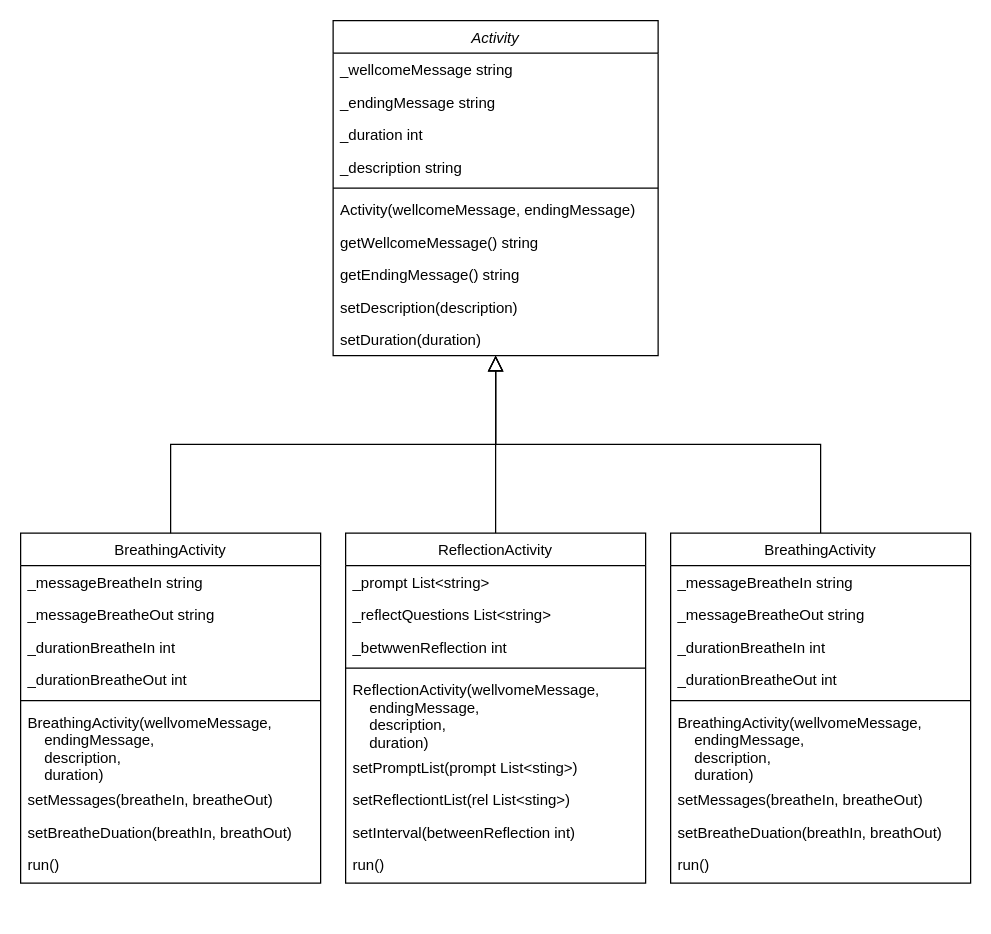
This is assets/Untitled Diagram.drawio from neorgon/cse210-hw, a draw.io file, before an edit. Source tidied: cells renumbered, new cells numbered last; positions are measured from the earlier drawing's top-left corner, leaving out a move shared by most shapes. Both pictures are drawn from the tidied source at 125%, with x=0, y=0 at pixel (20, 20).
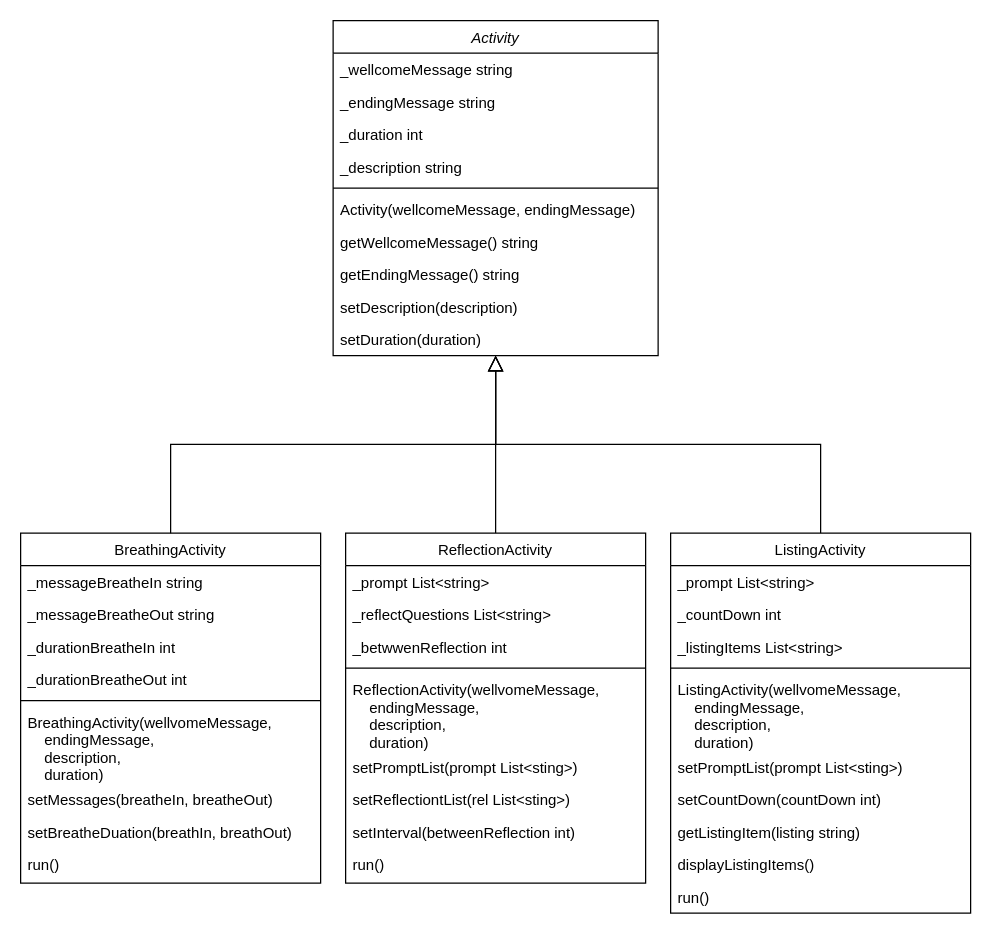
The same diagram, later.

Commit message:
Create ListingActivity class

Diff of the diagram source:
```diff
@@
-    <mxCell id="36" value="BreathingActivity" style="swimlane;fontStyle=0;align=center;verticalAlign=top;horizontal=1;startSize=26;rounded=0;shadow=0;strokeWidth=1;" parent="1" vertex="1">
-      <mxGeometry x="520" y="410" width="240" height="280" as="geometry" />
+    <mxCell id="36" value="ListingActivity" style="swimlane;fontStyle=0;align=center;verticalAlign=top;horizontal=1;startSize=26;rounded=0;shadow=0;strokeWidth=1;" parent="1" vertex="1">
+      <mxGeometry x="520" y="410" width="240" height="304" as="geometry" />
     </mxCell>
-    <mxCell id="37" value="_messageBreatheIn string" style="text;align=left;verticalAlign=top;spacingLeft=4;spacingRight=4;overflow=hidden;" parent="36" vertex="1">
+    <mxCell id="37" value="_prompt List&lt;string&gt;" style="text;align=left;verticalAlign=top;spacingLeft=4;spacingRight=4;overflow=hidden;" parent="36" vertex="1">
       <mxGeometry y="26" width="240" height="26" as="geometry" />
     </mxCell>
-    <mxCell id="38" value="_messageBreatheOut string" style="text;align=left;verticalAlign=top;spacingLeft=4;spacingRight=4;overflow=hidden;" parent="36" vertex="1">
+    <mxCell id="38" value="_countDown int" style="text;align=left;verticalAlign=top;spacingLeft=4;spacingRight=4;overflow=hidden;" parent="36" vertex="1">
       <mxGeometry y="52" width="240" height="26" as="geometry" />
     </mxCell>
-    <mxCell id="39" value="_durationBreatheIn int" style="text;align=left;verticalAlign=top;spacingLeft=4;spacingRight=4;overflow=hidden;" parent="36" vertex="1">
+    <mxCell id="39" value="_listingItems List&lt;string&gt;" style="text;align=left;verticalAlign=top;spacingLeft=4;spacingRight=4;overflow=hidden;" parent="36" vertex="1">
       <mxGeometry y="78" width="240" height="26" as="geometry" />
     </mxCell>
-    <mxCell id="40" value="_durationBreatheOut int" style="text;align=left;verticalAlign=top;spacingLeft=4;spacingRight=4;overflow=hidden;" parent="36" vertex="1">
-      <mxGeometry y="104" width="240" height="26" as="geometry" />
-    </mxCell>
     <mxCell id="41" style="line;html=1;strokeWidth=1;align=left;verticalAlign=middle;spacingTop=-1;spacingLeft=3;spacingRight=3;labelPosition=right;" parent="36" vertex="1">
-      <mxGeometry y="130" width="240" height="8" as="geometry" />
+      <mxGeometry y="104" width="240" height="8" as="geometry" />
     </mxCell>
-    <mxCell id="42" value="BreathingActivity(wellvomeMessage,&#10;    endingMessage,&#10;    description,&#10;    duration)" style="text;align=left;verticalAlign=top;spacingLeft=4;spacingRight=4;overflow=hidden;" parent="36" vertex="1">
-      <mxGeometry y="138" width="240" height="62" as="geometry" />
+    <mxCell id="42" value="ListingActivity(wellvomeMessage,&#10;    endingMessage,&#10;    description,&#10;    duration)" style="text;align=left;verticalAlign=top;spacingLeft=4;spacingRight=4;overflow=hidden;" parent="36" vertex="1">
+      <mxGeometry y="112" width="240" height="62" as="geometry" />
     </mxCell>
-    <mxCell id="43" value="setMessages(breatheIn, breatheOut)" style="text;align=left;verticalAlign=top;spacingLeft=4;spacingRight=4;overflow=hidden;" parent="36" vertex="1">
-      <mxGeometry y="200" width="240" height="26" as="geometry" />
+    <mxCell id="43" value="setPromptList(prompt List&lt;sting&gt;)" style="text;align=left;verticalAlign=top;spacingLeft=4;spacingRight=4;overflow=hidden;" parent="36" vertex="1">
+      <mxGeometry y="174" width="240" height="26" as="geometry" />
     </mxCell>
-    <mxCell id="44" value="setBreatheDuation(breathIn, breathOut)" style="text;align=left;verticalAlign=top;spacingLeft=4;spacingRight=4;overflow=hidden;" parent="36" vertex="1">
-      <mxGeometry y="226" width="240" height="26" as="geometry" />
+    <mxCell id="44" value="setCountDown(countDown int)" style="text;align=left;verticalAlign=top;spacingLeft=4;spacingRight=4;overflow=hidden;" parent="36" vertex="1">
+      <mxGeometry y="200" width="240" height="26" as="geometry" />
     </mxCell>
-    <mxCell id="45" value="run()" style="text;align=left;verticalAlign=top;spacingLeft=4;spacingRight=4;overflow=hidden;" parent="36" vertex="1">
-      <mxGeometry y="252" width="240" height="26" as="geometry" />
+    <mxCell id="45" value="getListingItem(listing string)" style="text;align=left;verticalAlign=top;spacingLeft=4;spacingRight=4;overflow=hidden;" parent="36" vertex="1">
+      <mxGeometry y="226" width="240" height="26" as="geometry" />
     </mxCell>
+    <mxCell id="46" value="displayListingItems()" style="text;align=left;verticalAlign=top;spacingLeft=4;spacingRight=4;overflow=hidden;" parent="36" vertex="1">
+      <mxGeometry y="252" width="240" height="26" as="geometry" />
+    </mxCell>
+    <mxCell id="47" value="run()" style="text;align=left;verticalAlign=top;spacingLeft=4;spacingRight=4;overflow=hidden;" parent="36" vertex="1">
+      <mxGeometry y="278" width="240" height="26" as="geometry" />
+    </mxCell>
```
